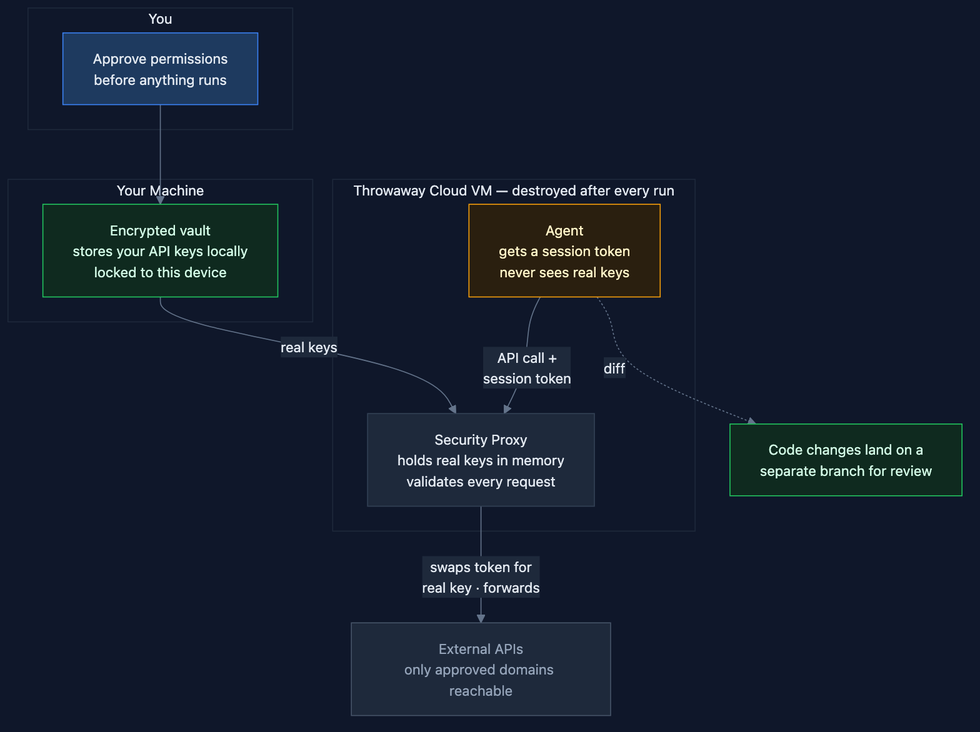
Earlier version of the Mermaid export docs/diagrams/security-model.png (andybrowning5/primordial-agentstore). Its source is kept beside it as docs/diagrams/security-model.mmd.
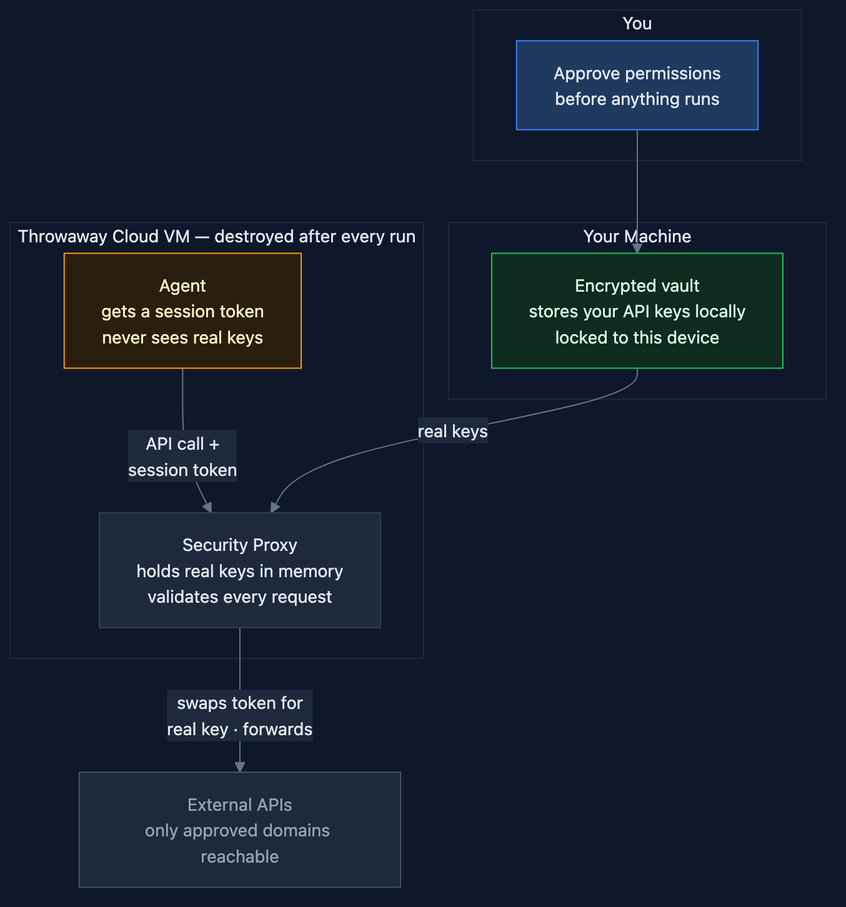
The same file after the commit.

Commit message:
Remove diff/branch from security diagram — focus on key flow

Diff of the diagram source:
```diff
@@ -15,20 +15,18 @@
 
     apis["External APIs\nonly approved domains reachable"]
 
-    branch["Code changes land on a\nseparate branch for review"]
-
     approve --> vault
     vault -->|"real keys"| proxy
     proxy -->|"swaps token for\nreal key · forwards"| apis
-    agent -.->|"diff"| branch
 
     classDef default fill:#1e293b,stroke:#334155,color:#e2e8f0
     classDef green fill:#0f2a1f,stroke:#22c55e,color:#d1fae5
     classDef amber fill:#2a1f0f,stroke:#f59e0b,color:#fef3c7
+
     classDef blue fill:#1e3a5f,stroke:#3b82f6,color:#e2e8f0
     classDef dim fill:#1e293b,stroke:#475569,color:#94a3b8
 
-    class vault,branch green
+    class vault green
     class agent amber
     class approve blue
     class apis dim
```
